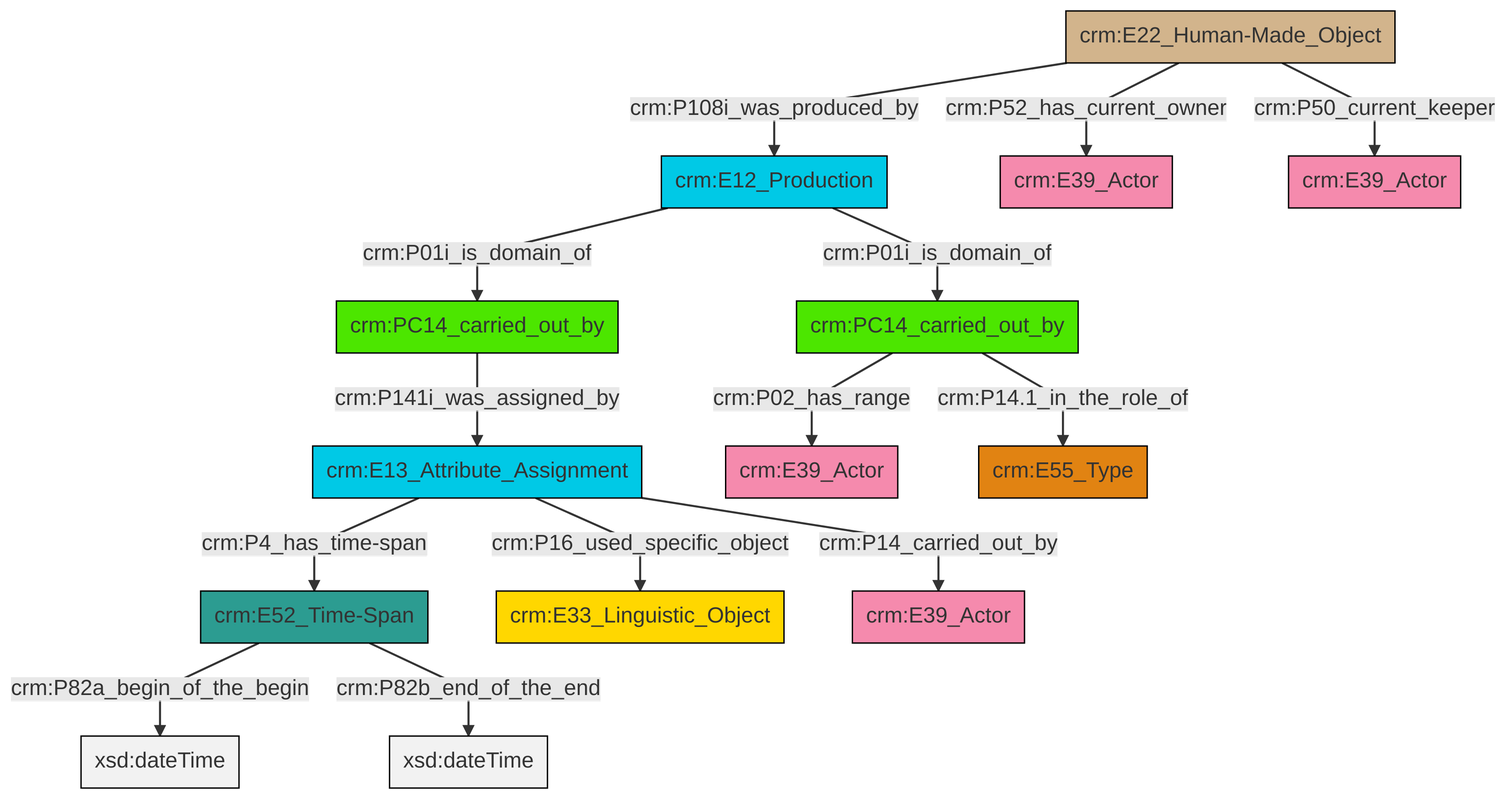
swiss-art-research-net/docs.swissartresearch keeps this Mermaid diagram as et/carrierCSV/ttl/mmd/png/carrier_relations.png. Above is the earlier version. Its source is kept beside it as et/carrierCSV/ttl/mmd/carrier_relations.ttl.mmd.
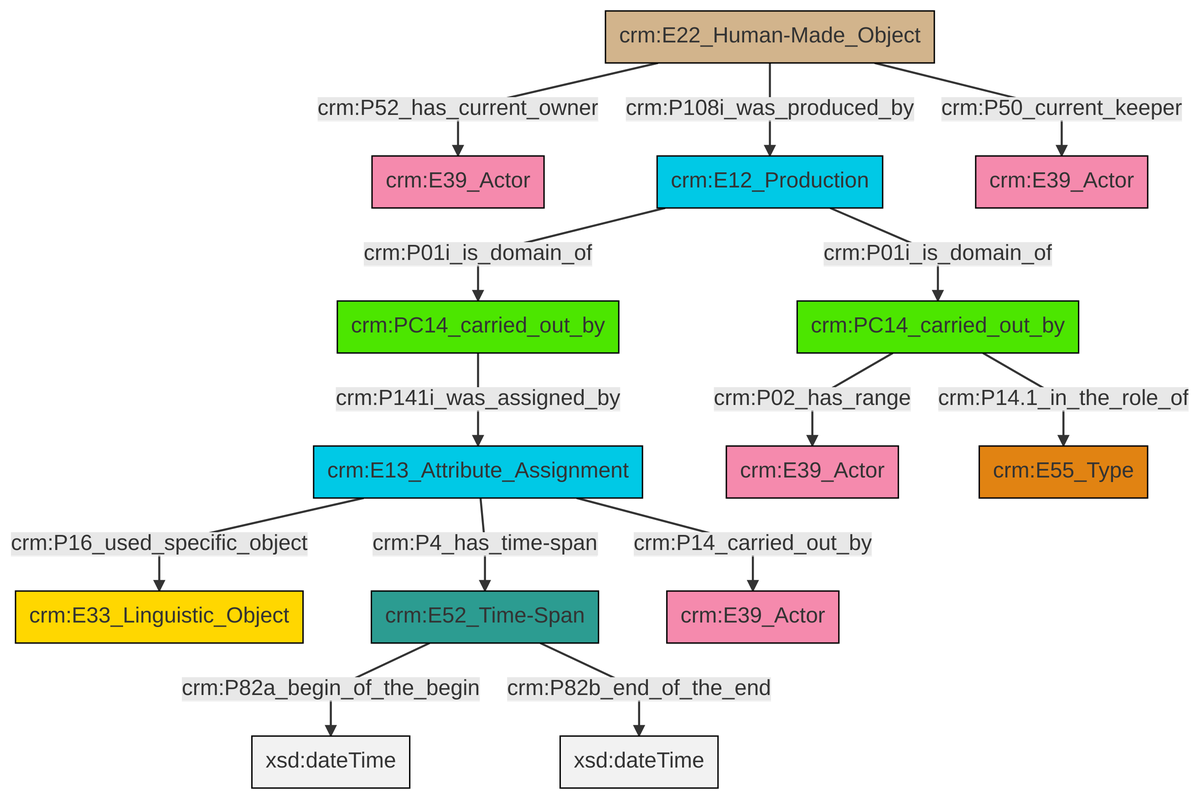
Above is the later version.

What changed in the source:
```diff
@@ -14,15 +14,15 @@
 classDef Multi fill:#cccccc,stroke:#000000;
 
 0["crm:E52_Time-Span"]:::Time-Span -->|crm:P82a_begin_of_the_begin| 1[xsd:dateTime]:::Literal
-6["crm:E12_Production"]:::Temporal_Entity -->|crm:P01i_is_domain_of| 8["crm:PC14_carried_out_by"]:::PC_Classes
-2["crm:PC14_carried_out_by"]:::PC_Classes -->|crm:P141i_was_assigned_by| 9["crm:E13_Attribute_Assignment"]:::Temporal_Entity
-6["crm:E12_Production"]:::Temporal_Entity -->|crm:P01i_is_domain_of| 2["crm:PC14_carried_out_by"]:::PC_Classes
-8["crm:PC14_carried_out_by"]:::PC_Classes -->|crm:P02_has_range| 12["crm:E39_Actor"]:::Actor
-0["crm:E52_Time-Span"]:::Time-Span -->|crm:P82b_end_of_the_end| 16[xsd:dateTime]:::Literal
-9["crm:E13_Attribute_Assignment"]:::Temporal_Entity -->|crm:P16_used_specific_object| 4["crm:E33_Linguistic_Object"]:::Conceptual_Object
-9["crm:E13_Attribute_Assignment"]:::Temporal_Entity -->|crm:P4_has_time-span| 0["crm:E52_Time-Span"]:::Time-Span
-22["crm:E22_Human-Made_Object"]:::Physical_Thing -->|crm:P50_current_keeper| 23["crm:E39_Actor"]:::Actor
-22["crm:E22_Human-Made_Object"]:::Physical_Thing -->|crm:P52_has_current_owner| 17["crm:E39_Actor"]:::Actor
-22["crm:E22_Human-Made_Object"]:::Physical_Thing -->|crm:P108i_was_produced_by| 6["crm:E12_Production"]:::Temporal_Entity
-8["crm:PC14_carried_out_by"]:::PC_Classes -->|crm:P14.1_in_the_role_of| 20["crm:E55_Type"]:::Type
-9["crm:E13_Attribute_Assignment"]:::Temporal_Entity -->|crm:P14_carried_out_by| 10["crm:E39_Actor"]:::Actor
+6["crm:PC14_carried_out_by"]:::PC_Classes -->|crm:P02_has_range| 7["crm:E39_Actor"]:::Actor
+8["crm:E22_Human-Made_Object"]:::Physical_Thing -->|crm:P52_has_current_owner| 9["crm:E39_Actor"]:::Actor
+8["crm:E22_Human-Made_Object"]:::Physical_Thing -->|crm:P108i_was_produced_by| 11["crm:E12_Production"]:::Temporal_Entity
+12["crm:E13_Attribute_Assignment"]:::Temporal_Entity -->|crm:P16_used_specific_object| 2["crm:E33_Linguistic_Object"]:::Conceptual_Object
+13["crm:PC14_carried_out_by"]:::PC_Classes -->|crm:P141i_was_assigned_by| 12["crm:E13_Attribute_Assignment"]:::Temporal_Entity
+11["crm:E12_Production"]:::Temporal_Entity -->|crm:P01i_is_domain_of| 13["crm:PC14_carried_out_by"]:::PC_Classes
+6["crm:PC14_carried_out_by"]:::PC_Classes -->|crm:P14.1_in_the_role_of| 16["crm:E55_Type"]:::Type
+11["crm:E12_Production"]:::Temporal_Entity -->|crm:P01i_is_domain_of| 6["crm:PC14_carried_out_by"]:::PC_Classes
+12["crm:E13_Attribute_Assignment"]:::Temporal_Entity -->|crm:P4_has_time-span| 0["crm:E52_Time-Span"]:::Time-Span
+8["crm:E22_Human-Made_Object"]:::Physical_Thing -->|crm:P50_current_keeper| 4["crm:E39_Actor"]:::Actor
+0["crm:E52_Time-Span"]:::Time-Span -->|crm:P82b_end_of_the_end| 20[xsd:dateTime]:::Literal
+12["crm:E13_Attribute_Assignment"]:::Temporal_Entity -->|crm:P14_carried_out_by| 23["crm:E39_Actor"]:::Actor
```
